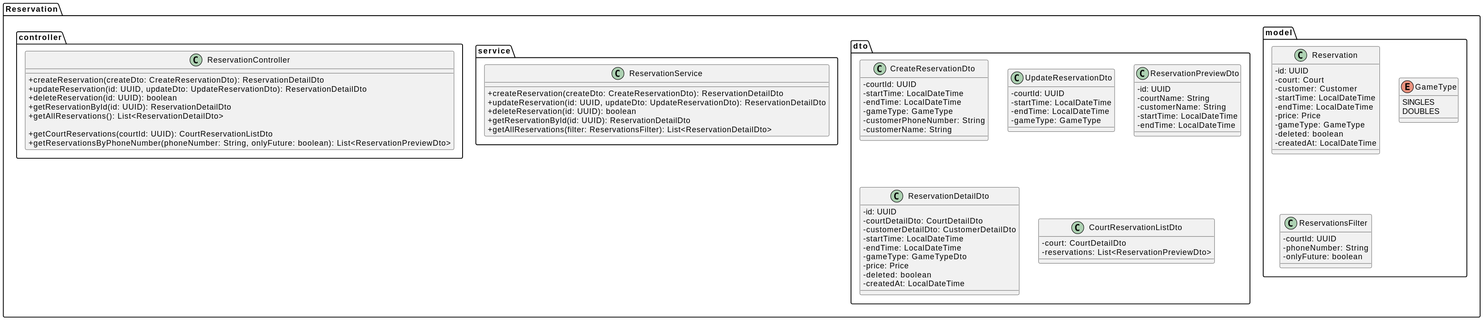
Before: docs/diagram-img/class-reservation.svg, a diagram exported from PlantUML (tondracek/inqool-tennis).
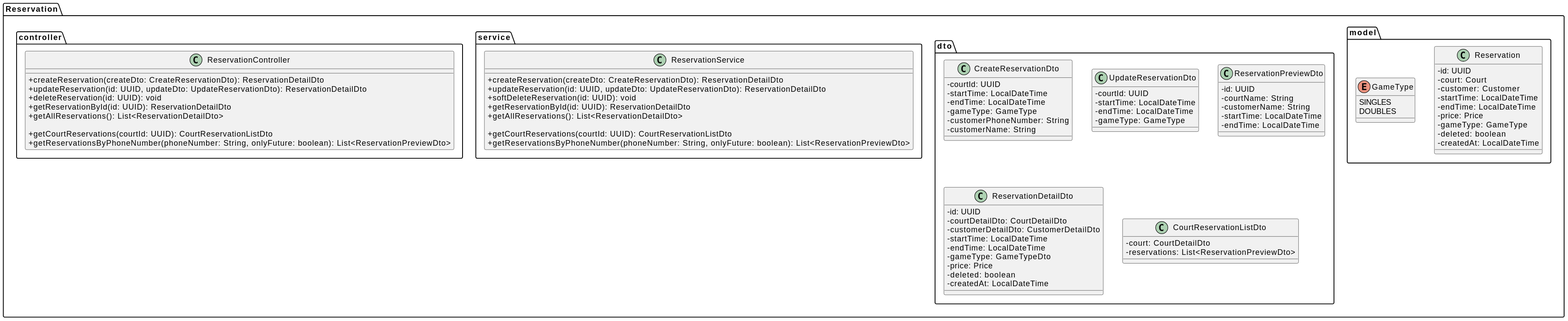
After the change.

Diff of the diagram source:
```diff
@@ -19,12 +19,6 @@
     enum GameType {
       SINGLES
       DOUBLES
-    }
-
-    class ReservationsFilter {
-    	- courtId: UUID
-    	- phoneNumber: String
-    	- onlyFuture: boolean
     }
   }
 
@@ -75,9 +69,12 @@
     class ReservationService {
 	    + createReservation(createDto: CreateReservationDto): ReservationDetailDto
 	    + updateReservation(id: UUID, updateDto: UpdateReservationDto): ReservationDetailDto
-	    + deleteReservation(id: UUID): boolean
+	    + softDeleteReservation(id: UUID): void
 	    + getReservationById(id: UUID): ReservationDetailDto
-	    + getAllReservations(filter: ReservationsFilter): List<ReservationDetailDto>
+	    + getAllReservations(): List<ReservationDetailDto>
+
+	    + getCourtReservations(courtId: UUID): CourtReservationListDto
+	    + getReservationsByPhoneNumber(phoneNumber: String, onlyFuture: boolean): List<ReservationPreviewDto>
 	  }
   }
 
@@ -85,7 +82,7 @@
     class ReservationController {
 	    + createReservation(createDto: CreateReservationDto): ReservationDetailDto
 	    + updateReservation(id: UUID, updateDto: UpdateReservationDto): ReservationDetailDto
-	    + deleteReservation(id: UUID): boolean
+	    + deleteReservation(id: UUID): void
 	    + getReservationById(id: UUID): ReservationDetailDto
 	    + getAllReservations(): List<ReservationDetailDto>
 
```
